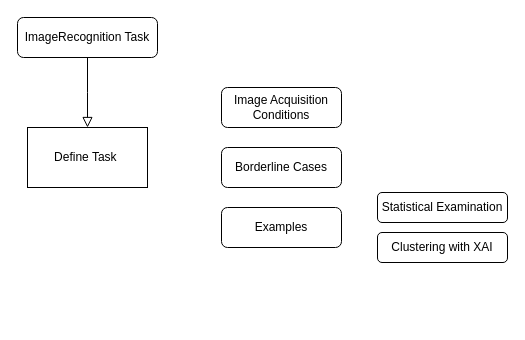
Above: Unbenanntes Diagramm.drawio in jwiggerthale/Safe_AutoML (draw.io), before the change. Source tidied: cells renumbered, new cells numbered last; positions are measured from the earlier drawing's top-left corner, leaving out a move shared by most shapes. Both pictures are drawn from the tidied source at 100%, with x=0, y=0 at pixel (17, 17).
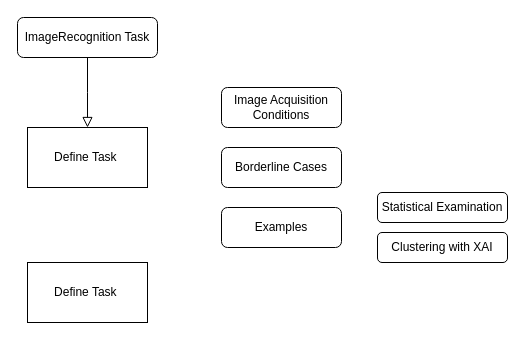
After the change.

Change to the diagram source:
```diff
@@
 <mxGraphModel>
   <root>
     <mxCell id="0" />
     <mxCell id="1" parent="0" />
     <mxCell id="2" style="rounded=0;html=1;jettySize=auto;fontSize=11;endArrow=block;endFill=0;endSize=8;strokeWidth=1;shadow=0;labelBackgroundColor=none;edgeStyle=orthogonalEdgeStyle;" parent="1" edge="1" source="3">
       <mxGeometry relative="1" as="geometry">
         <mxPoint x="70" y="110" as="targetPoint" />
       </mxGeometry>
     </mxCell>
     <mxCell id="3" value="ImageRecognition Task" style="rounded=1;whiteSpace=wrap;html=1;fontSize=12;glass=0;strokeWidth=1;shadow=0;" parent="1" vertex="1">
       <mxGeometry width="140" height="40" as="geometry" />
     </mxCell>
     <mxCell id="4" value="Image Acquisition Conditions" style="rounded=1;whiteSpace=wrap;html=1;fontSize=12;glass=0;strokeWidth=1;shadow=0;" parent="1" vertex="1">
       <mxGeometry x="204" y="70" width="120" height="40" as="geometry" />
     </mxCell>
     <mxCell id="5" value="Define Task&amp;nbsp;" style="rounded=0;whiteSpace=wrap;html=1;" parent="1" vertex="1">
       <mxGeometry x="10" y="110" width="120" height="60" as="geometry" />
     </mxCell>
     <mxCell id="6" value="&lt;div&gt;Examples&lt;/div&gt;" style="rounded=1;whiteSpace=wrap;html=1;fontSize=12;glass=0;strokeWidth=1;shadow=0;" parent="1" vertex="1">
       <mxGeometry x="204" y="190" width="120" height="40" as="geometry" />
     </mxCell>
     <mxCell id="7" value="Borderline Cases" style="rounded=1;whiteSpace=wrap;html=1;fontSize=12;glass=0;strokeWidth=1;shadow=0;" parent="1" vertex="1">
       <mxGeometry x="204" y="130" width="120" height="40" as="geometry" />
     </mxCell>
     <mxCell id="8" value="Statistical Examination" style="rounded=1;whiteSpace=wrap;html=1;" parent="1" vertex="1">
       <mxGeometry x="360" y="175" width="130" height="30" as="geometry" />
     </mxCell>
     <mxCell id="9" value="Clustering with XAI" style="rounded=1;whiteSpace=wrap;html=1;" parent="1" vertex="1">
       <mxGeometry x="360" y="215" width="130" height="30" as="geometry" />
     </mxCell>
+    <mxCell id="10" value="Define Task&amp;nbsp;" style="rounded=0;whiteSpace=wrap;html=1;" parent="1" vertex="1">
+      <mxGeometry x="10" y="245" width="120" height="60" as="geometry" />
+    </mxCell>
   </root>
 </mxGraphModel>
```
